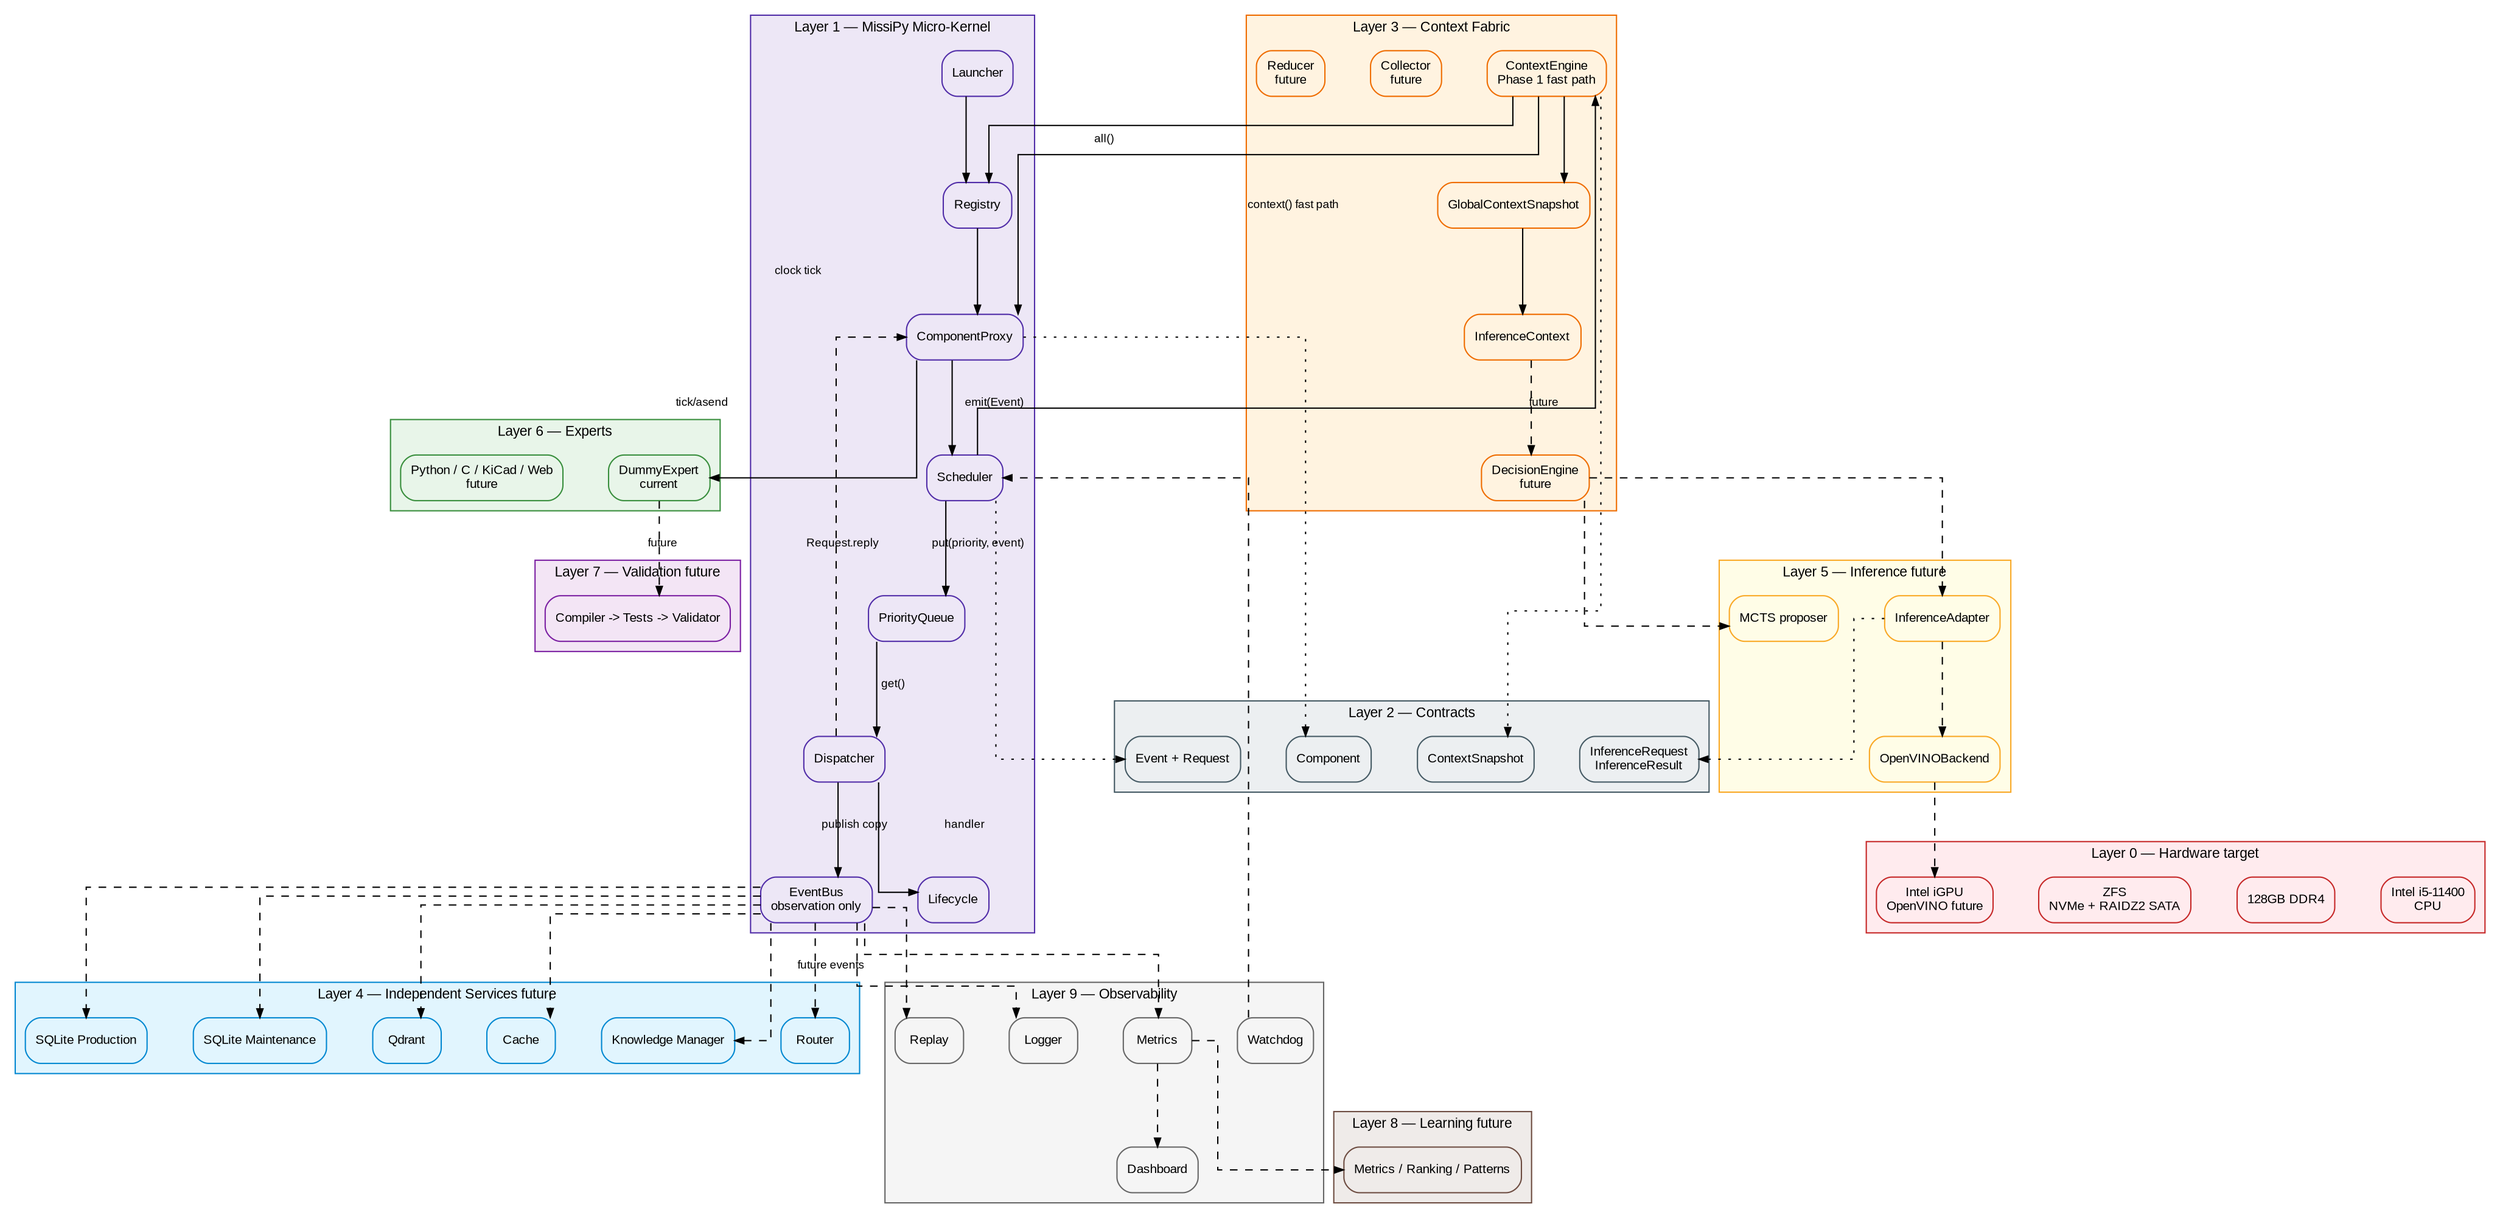
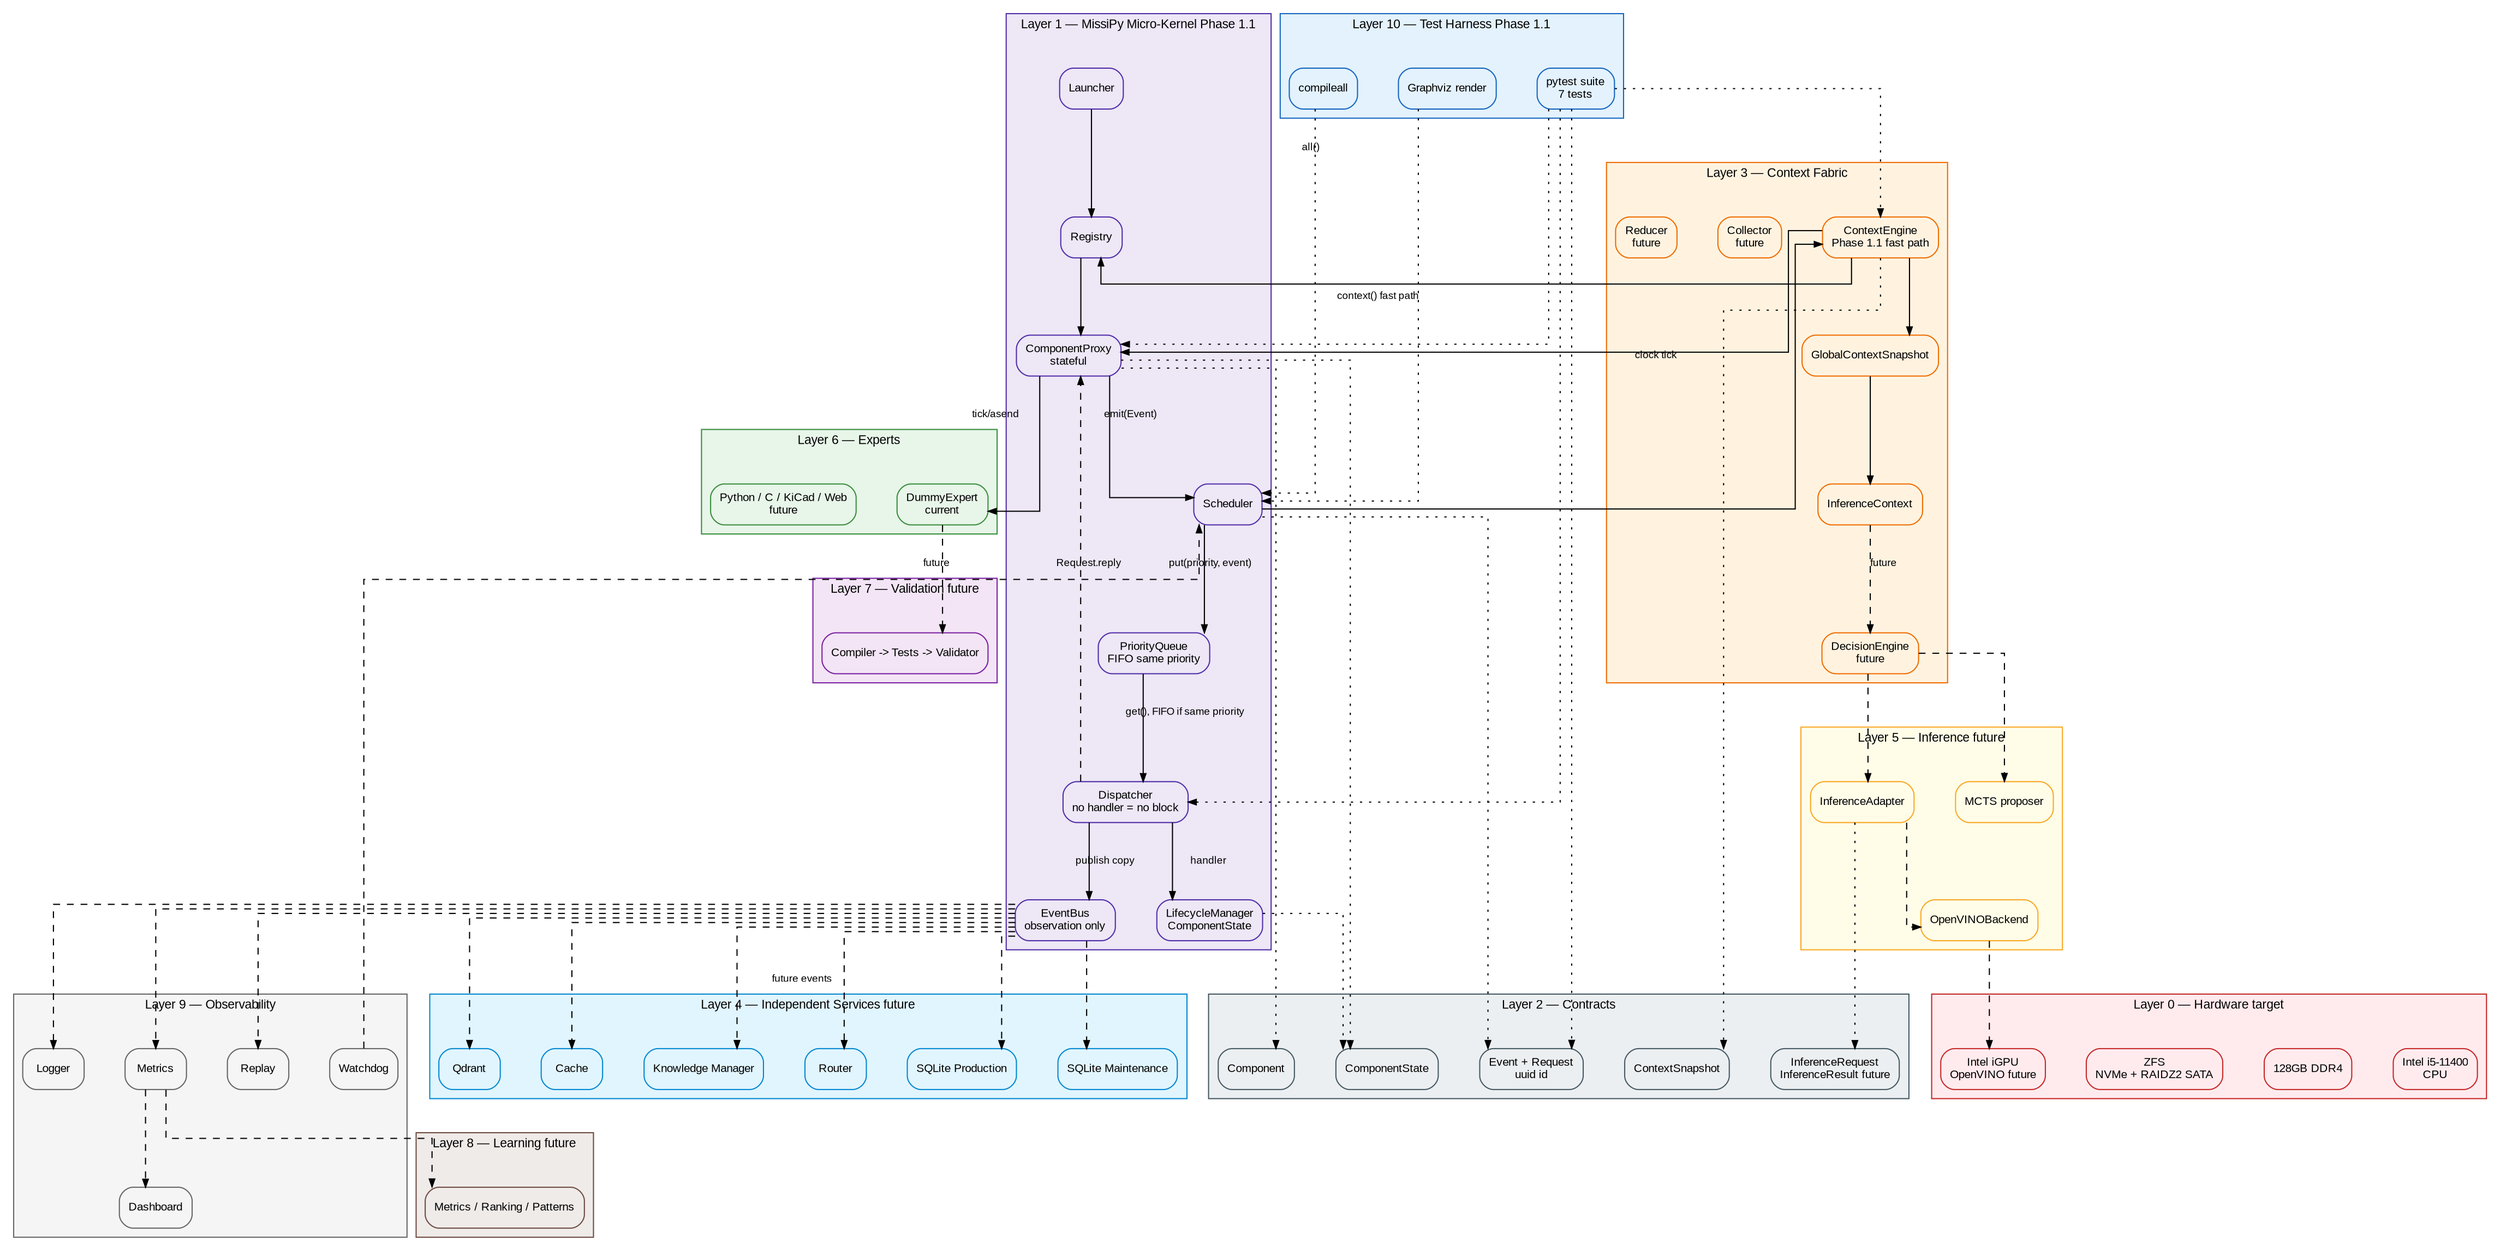
digraph Global {
    rankdir=TB;
    compound=true;
    splines=ortho;
    nodesep=0.5;
    ranksep=0.8;

    graph [fontname="Arial", fontsize=11];
    node  [shape=box, style="rounded,filled", fontname="Arial", fontsize=10];
    edge  [fontname="Arial", fontsize=9, arrowsize=0.7];

    subgraph cluster_L0 {
        label="Layer 0 — Hardware target";
        color="#c62828";
        bgcolor="#ffebee";
        node [fillcolor="#ffebee", color="#c62828"];
        CPU     [label="Intel i5-11400\nCPU"];
        RAM     [label="128GB DDR4"];
        Storage [label="ZFS\nNVMe + RAIDZ2 SATA"];
        GPU     [label="Intel iGPU\nOpenVINO future"];
    }

    subgraph cluster_L1 {
-         label="Layer 1 — MissiPy Micro-Kernel";
+         label="Layer 1 — MissiPy Micro-Kernel Phase 1.1";
        color="#512da8";
        bgcolor="#ede7f6";
        node [fillcolor="#ede7f6", color="#512da8"];
        Launcher   [URL="scheduler/10_scheduler.svg", tooltip="Zoom Scheduler"];
        Registry   [URL="scheduler/10_scheduler.svg", tooltip="Registry"];
-         Proxy      [label="ComponentProxy", URL="scheduler/10_scheduler.svg", tooltip="Runtime proxy"];
+         Proxy      [label="ComponentProxy\nstateful", URL="scheduler/10_scheduler.svg", tooltip="Runtime proxy"];
        Scheduler  [URL="scheduler/10_scheduler.svg", tooltip="Zoom Scheduler"];
-         Queue      [label="PriorityQueue", URL="scheduler/10_scheduler.svg"];
-         Dispatcher [URL="scheduler/10_scheduler.svg"];
+         Queue      [label="PriorityQueue\nFIFO same priority", URL="scheduler/10_scheduler.svg"];
+         Dispatcher [label="Dispatcher\nno handler = no block", URL="scheduler/10_scheduler.svg"];
        EventBus   [label="EventBus\nobservation only", URL="scheduler/10_scheduler.svg"];
-         Lifecycle  [URL="scheduler/10_scheduler.svg"];
+         Lifecycle  [label="LifecycleManager\nComponentState", URL="scheduler/10_scheduler.svg"];
    }

    subgraph cluster_L2 {
        label="Layer 2 — Contracts";
        color="#455a64";
        bgcolor="#eceff1";
        node [fillcolor="#eceff1", color="#455a64"];
-         EventContract     [label="Event + Request"];
+         EventContract     [label="Event + Request\nuuid id"];
+         LifecycleContract [label="ComponentState"];
        ComponentContract [label="Component"];
        ContextContract   [label="ContextSnapshot"];
-         InferenceContract [label="InferenceRequest\nInferenceResult"];
+         InferenceContract [label="InferenceRequest\nInferenceResult future"];
    }

    subgraph cluster_L3 {
        label="Layer 3 — Context Fabric";
        color="#ef6c00";
        bgcolor="#fff3e0";
        node [fillcolor="#fff3e0", color="#ef6c00"];
-         ContextEngine [label="ContextEngine\nPhase 1 fast path", URL="context/20_context.svg"];
+         ContextEngine [label="ContextEngine\nPhase 1.1 fast path", URL="context/20_context.svg"];
        Collector     [label="Collector\nfuture", URL="context/20_context.svg"];
        Reducer       [label="Reducer\nfuture", URL="context/20_context.svg"];
        Snapshot      [label="GlobalContextSnapshot", URL="context/20_context.svg"];
        InferenceCtx  [label="InferenceContext", URL="context/20_context.svg"];
        Decision      [label="DecisionEngine\nfuture", URL="context/20_context.svg"];
    }

    subgraph cluster_L4 {
        label="Layer 4 — Independent Services future";
        color="#0288d1";
        bgcolor="#e1f5fe";
        node [fillcolor="#e1f5fe", color="#0288d1"];
        Router      [URL="services/30_services.svg"];
        SQLiteProd  [label="SQLite Production", URL="services/30_services.svg"];
        SQLiteMaint [label="SQLite Maintenance", URL="services/30_services.svg"];
        Qdrant      [URL="services/30_services.svg"];
        Cache       [URL="services/30_services.svg"];
        Knowledge   [label="Knowledge Manager", URL="services/30_services.svg"];
    }

    subgraph cluster_L5 {
        label="Layer 5 — Inference future";
        color="#f9a825";
        bgcolor="#fffde7";
        node [fillcolor="#fffde7", color="#f9a825"];
        InferenceAdapter [label="InferenceAdapter"];
        OpenVINO         [label="OpenVINOBackend"];
        MCTS             [label="MCTS proposer"];
    }

    subgraph cluster_L6 {
        label="Layer 6 — Experts";
        color="#388e3c";
        bgcolor="#e8f5e9";
        node [fillcolor="#e8f5e9", color="#388e3c"];
        Dummy  [label="DummyExpert\ncurrent", URL="experts/40_experts.svg"];
        ExpertsFuture [label="Python / C / KiCad / Web\nfuture", URL="experts/40_experts.svg"];
    }

    subgraph cluster_L7 {
        label="Layer 7 — Validation future";
        color="#7b1fa2";
        bgcolor="#f3e5f5";
        node [fillcolor="#f3e5f5", color="#7b1fa2"];
        Validation [label="Compiler -> Tests -> Validator", URL="validation/50_validation.svg"];
    }

    subgraph cluster_L8 {
        label="Layer 8 — Learning future";
        color="#6d4c41";
        bgcolor="#efebe9";
        node [fillcolor="#efebe9", color="#6d4c41"];
        Learning [label="Metrics / Ranking / Patterns", URL="learning/60_learning.svg"];
    }

    subgraph cluster_L9 {
        label="Layer 9 — Observability";
        color="#666666";
        bgcolor="#f5f5f5";
        node [fillcolor="#f5f5f5", color="#666666"];
        Logger    [URL="observability/70_observability.svg"];
        Metrics   [URL="observability/70_observability.svg"];
        Replay    [URL="observability/70_observability.svg"];
        Dashboard [URL="observability/70_observability.svg"];
        Watchdog  [URL="observability/70_observability.svg"];
    }

-     // Boot Phase 1
+     subgraph cluster_L10 {
+         label="Layer 10 — Test Harness Phase 1.1";
+         color="#1565c0";
+         bgcolor="#e3f2fd";
+         node [fillcolor="#e3f2fd", color="#1565c0"];
+         Pytest [label="pytest suite\n7 tests", URL="tests/80_tests.svg"];
+         CompileAll [label="compileall"];
+         DotRender [label="Graphviz render"];
+     }
+ 
+     // Boot Phase 1.1
    Launcher -> Registry;
    Registry -> Proxy;
    Proxy -> Scheduler [label="emit(Event)"];
    Scheduler -> Queue [label="put(priority, event)"];
-     Queue -> Dispatcher [label="get()"];
+     Queue -> Dispatcher [label="get(), FIFO if same priority"];
    Dispatcher -> Lifecycle [label="handler"];
    Dispatcher -> EventBus [label="publish copy"];
    Dispatcher -> Proxy [label="Request.reply", style=dashed];

-     // Context Phase 1
+     // Lifecycle Phase 1.1
+     Lifecycle -> LifecycleContract [style=dotted];
+     Proxy -> LifecycleContract [style=dotted];
+ 
+     // Context Phase 1.1
    Scheduler -> ContextEngine [label="clock tick"];
    ContextEngine -> Registry [label="all()"];
    ContextEngine -> Proxy [label="context() fast path"];
    ContextEngine -> Snapshot;
    Snapshot -> InferenceCtx;
    InferenceCtx -> Decision [style=dashed, label="future"];

    // Contracts references
    Scheduler -> EventContract [style=dotted];
    Proxy -> ComponentContract [style=dotted];
    ContextEngine -> ContextContract [style=dotted];
    InferenceAdapter -> InferenceContract [style=dotted];

    // Current component
    Proxy -> Dummy [label="tick/asend"];

    // Observation
    EventBus -> Logger [style=dashed];
    EventBus -> Metrics [style=dashed];
    EventBus -> Replay [style=dashed];
    Metrics -> Dashboard [style=dashed];
    Watchdog -> Scheduler [style=dashed];

+     // Test coverage
+     Pytest -> EventContract [style=dotted];
+     Pytest -> Dispatcher [style=dotted];
+     Pytest -> Proxy [style=dotted];
+     Pytest -> ContextEngine [style=dotted];
+     CompileAll -> Scheduler [style=dotted];
+     DotRender -> Scheduler [style=dotted];
+ 
    // Future services/backends
    EventBus -> Router [style=dashed, label="future events"];
    EventBus -> SQLiteProd [style=dashed];
    EventBus -> SQLiteMaint [style=dashed];
    EventBus -> Qdrant [style=dashed];
    EventBus -> Cache [style=dashed];
    EventBus -> Knowledge [style=dashed];
    Decision -> InferenceAdapter [style=dashed];
    InferenceAdapter -> OpenVINO [style=dashed];
    OpenVINO -> GPU [style=dashed];
    Decision -> MCTS [style=dashed];
    Dummy -> Validation [style=dashed, label="future"];
    Metrics -> Learning [style=dashed];
}
